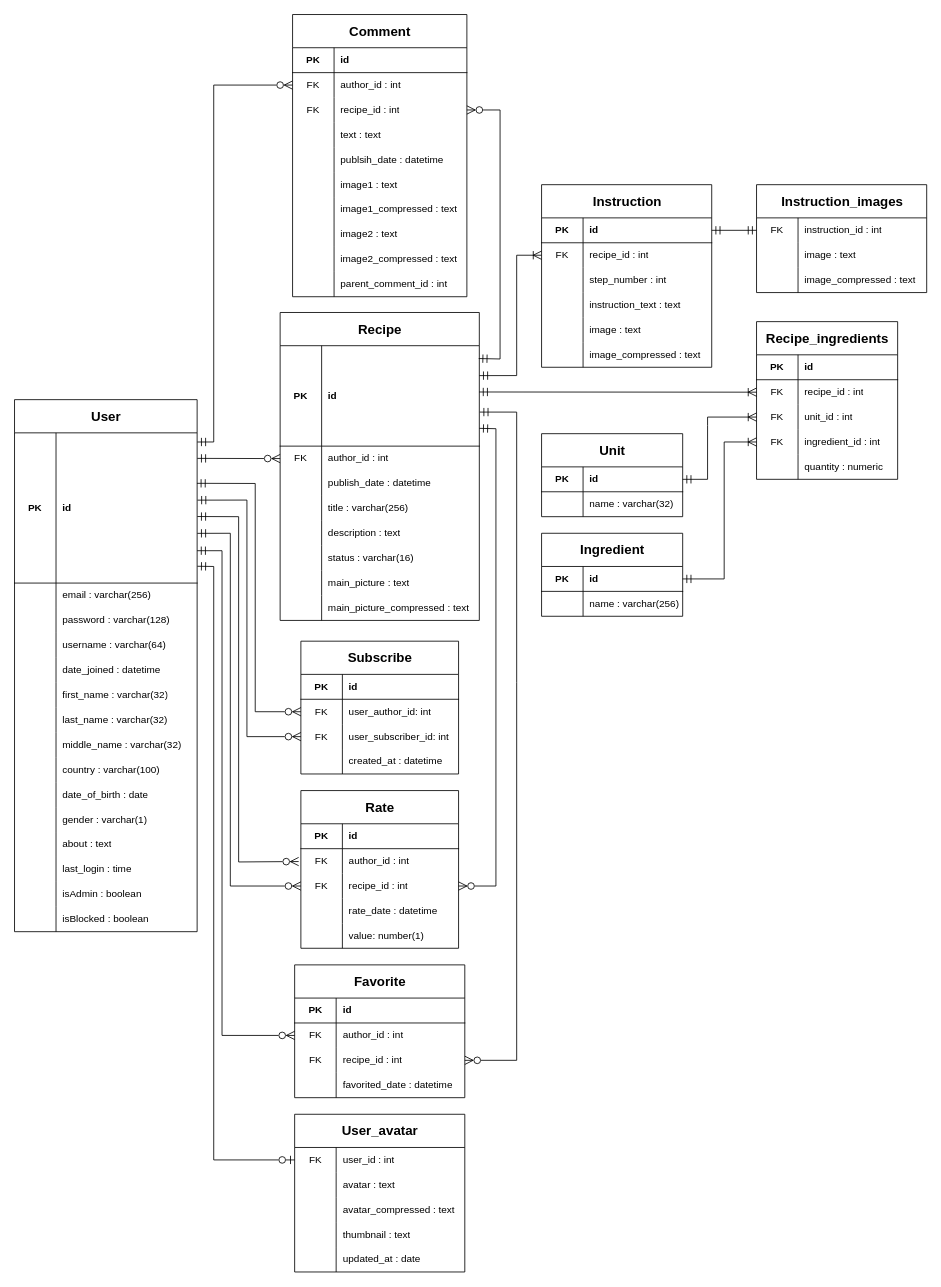
Above: docs/ER-diagram/ER-diagram — Web Gastronomy.drawio in BullDigga/web-gastronomy (draw.io), before the change. Source tidied: cells renumbered, new cells numbered last; positions are measured from the earlier drawing's top-left corner, leaving out a move shared by most shapes. Both pictures are drawn from the tidied source at 83%, with x=0, y=0 at pixel (14, 14).
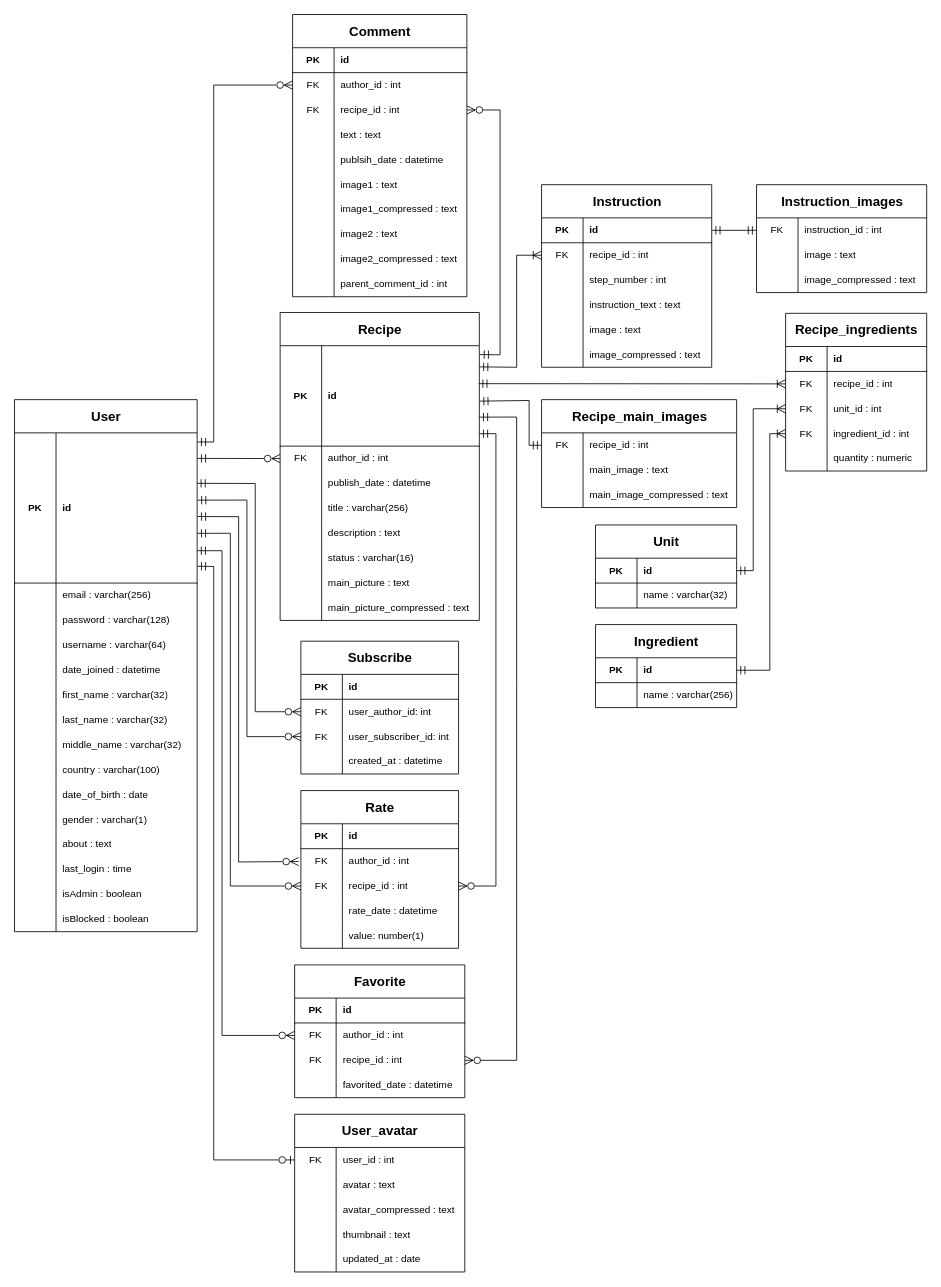
Above is the later version.

Unchanged cells that the change refers to:
```xml
<mxCell id="49" style="shape=tableRow;horizontal=0;startSize=0;swimlaneHead=0;swimlaneBody=0;fillColor=none;points=[[0,0.5],[1,0.5]];portConstraint=eastwest;top=0;left=0;right=0;bottom=1;" parent="48" vertex="1">
  <mxGeometry y="40" width="240" height="121" as="geometry" />
</mxCell>
<mxCell id="80" style="shape=tableRow;horizontal=0;startSize=0;swimlaneHead=0;swimlaneBody=0;fillColor=none;points=[[0,0.5],[1,0.5]];portConstraint=eastwest;top=0;left=0;right=0;bottom=0;" parent="73" vertex="1">
  <mxGeometry y="100" width="210" height="30" as="geometry" />
</mxCell>
<mxCell id="111" style="shape=tableRow;horizontal=0;startSize=0;swimlaneHead=0;swimlaneBody=0;fillColor=none;points=[[0,0.5],[1,0.5]];portConstraint=eastwest;top=0;left=0;right=0;bottom=0;" parent="104" vertex="1">
  <mxGeometry y="100" width="190" height="30" as="geometry" />
</mxCell>
<mxCell id="124" style="shape=tableRow;horizontal=0;startSize=0;swimlaneHead=0;swimlaneBody=0;fillColor=none;points=[[0,0.5],[1,0.5]];portConstraint=eastwest;top=0;left=0;right=0;bottom=1;" parent="123" vertex="1">
  <mxGeometry y="40" width="170" height="30" as="geometry" />
</mxCell>
<mxCell id="131" style="shape=tableRow;horizontal=0;startSize=0;swimlaneHead=0;swimlaneBody=0;fillColor=none;points=[[0,0.5],[1,0.5]];portConstraint=eastwest;top=0;left=0;right=0;bottom=1;" parent="130" vertex="1">
  <mxGeometry y="40" width="170" height="30" as="geometry" />
</mxCell>
<mxCell id="141" style="shape=tableRow;horizontal=0;startSize=0;swimlaneHead=0;swimlaneBody=0;fillColor=none;points=[[0,0.5],[1,0.5]];portConstraint=eastwest;top=0;left=0;right=0;bottom=0;" parent="137" vertex="1">
  <mxGeometry y="70" width="170" height="30" as="geometry" />
</mxCell>
<mxCell id="144" style="shape=tableRow;horizontal=0;startSize=0;swimlaneHead=0;swimlaneBody=0;fillColor=none;points=[[0,0.5],[1,0.5]];portConstraint=eastwest;top=0;left=0;right=0;bottom=0;" parent="137" vertex="1">
  <mxGeometry y="100" width="170" height="30" as="geometry" />
</mxCell>
<mxCell id="147" style="shape=tableRow;horizontal=0;startSize=0;swimlaneHead=0;swimlaneBody=0;fillColor=none;points=[[0,0.5],[1,0.5]];portConstraint=eastwest;top=0;left=0;right=0;bottom=0;" parent="137" vertex="1">
  <mxGeometry y="130" width="170" height="30" as="geometry" />
</mxCell>
<mxCell id="157" style="shape=tableRow;horizontal=0;startSize=0;swimlaneHead=0;swimlaneBody=0;fillColor=none;points=[[0,0.5],[1,0.5]];portConstraint=eastwest;top=0;left=0;right=0;bottom=0;" parent="153" vertex="1">
  <mxGeometry y="70" width="205" height="30" as="geometry" />
</mxCell>
<mxCell id="183" style="shape=tableRow;horizontal=0;startSize=0;swimlaneHead=0;swimlaneBody=0;fillColor=none;points=[[0,0.5],[1,0.5]];portConstraint=eastwest;top=0;left=0;right=0;bottom=0;" parent="176" vertex="1">
  <mxGeometry y="100" width="205" height="30" as="geometry" />
</mxCell>
```

The edit, as a diff of the source:
```diff
@@
-    <mxCell id="120" style="endArrow=ERmandOne;startArrow=ERzeroToMany;endFill=0;startFill=0;html=1;verticalAlign=bottom;labelBackgroundColor=none;strokeWidth=1;startSize=8;endSize=8;rounded=0;exitX=1;exitY=0.5;exitDx=0;exitDy=0;entryX=1;entryY=0.823;entryDx=0;entryDy=0;entryPerimeter=0;" parent="1" edge="1" source="111" target="49">
+    <mxCell id="120" style="endArrow=ERmandOne;startArrow=ERzeroToMany;endFill=0;startFill=0;html=1;verticalAlign=bottom;labelBackgroundColor=none;strokeWidth=1;startSize=8;endSize=8;rounded=0;exitX=1;exitY=0.5;exitDx=0;exitDy=0;entryX=1;entryY=0.876;entryDx=0;entryDy=0;entryPerimeter=0;" parent="1" edge="1" source="111" target="49">
       <mxGeometry relative="1" as="geometry">
         <Array as="points">
           <mxPoint x="580" y="1050" />
-          <mxPoint x="580" y="499" />
+          <mxPoint x="580" y="505" />
         </Array>
       </mxGeometry>
     </mxCell>
-    <mxCell id="121" style="endArrow=ERmandOne;startArrow=ERzeroToMany;endFill=0;startFill=0;html=1;verticalAlign=bottom;labelBackgroundColor=none;strokeWidth=1;startSize=8;endSize=8;rounded=0;exitX=1;exitY=0.5;exitDx=0;exitDy=0;entryX=1.002;entryY=0.661;entryDx=0;entryDy=0;entryPerimeter=0;" parent="1" edge="1" source="183" target="49">
+    <mxCell id="121" style="endArrow=ERmandOne;startArrow=ERzeroToMany;endFill=0;startFill=0;html=1;verticalAlign=bottom;labelBackgroundColor=none;strokeWidth=1;startSize=8;endSize=8;rounded=0;exitX=1;exitY=0.5;exitDx=0;exitDy=0;entryX=1;entryY=0.711;entryDx=0;entryDy=0;entryPerimeter=0;" parent="1" edge="1" source="183" target="49">
       <mxGeometry relative="1" as="geometry">
         <Array as="points">
           <mxPoint x="605" y="1260" />
           <mxPoint x="605" y="805" />
-          <mxPoint x="605" y="479" />
+          <mxPoint x="605" y="485" />
         </Array>
       </mxGeometry>
     </mxCell>
-    <mxCell id="122" style="endArrow=ERmandOne;startArrow=ERzeroToMany;endFill=0;startFill=0;html=1;verticalAlign=bottom;labelBackgroundColor=none;strokeWidth=1;startSize=8;endSize=8;rounded=0;exitX=1;exitY=0.5;exitDx=0;exitDy=0;entryX=0.997;entryY=0.128;entryDx=0;entryDy=0;entryPerimeter=0;" parent="1" edge="1" source="80" target="49">
+    <mxCell id="122" style="endArrow=ERmandOne;startArrow=ERzeroToMany;endFill=0;startFill=0;html=1;verticalAlign=bottom;labelBackgroundColor=none;strokeWidth=1;startSize=8;endSize=8;rounded=0;exitX=1;exitY=0.5;exitDx=0;exitDy=0;entryX=1.004;entryY=0.088;entryDx=0;entryDy=0;entryPerimeter=0;" parent="1" edge="1" source="80" target="49">
       <mxGeometry relative="1" as="geometry">
         <Array as="points">
           <mxPoint x="585" y="115" />
-          <mxPoint x="585" y="415" />
+          <mxPoint x="585" y="410" />
         </Array>
       </mxGeometry>
     </mxCell>
     <mxCell id="123" value="Ingredient" style="shape=table;startSize=40;childLayout=tableLayout;rowLines=0;fontStyle=1;align=center;html=1;fontSize=16;" parent="1" vertex="1">
-      <mxGeometry x="635" y="625" width="170" height="100" as="geometry" />
+      <mxGeometry x="700" y="735" width="170" height="100" as="geometry" />
     </mxCell>
@@
     <mxCell id="130" value="Unit" style="shape=table;startSize=40;childLayout=tableLayout;rowLines=0;fontStyle=1;align=center;html=1;fontSize=16;" parent="1" vertex="1">
-      <mxGeometry x="635" y="505" width="170" height="100" as="geometry" />
+      <mxGeometry x="700" y="615" width="170" height="100" as="geometry" />
     </mxCell>
@@
     <mxCell id="137" value="Recipe_ingredients" style="shape=table;startSize=40;childLayout=tableLayout;rowLines=0;fontStyle=1;align=center;html=1;fontSize=16;" parent="1" vertex="1">
-      <mxGeometry x="894" y="370" width="170" height="190" as="geometry" />
+      <mxGeometry x="929" y="360" width="170" height="190" as="geometry" />
     </mxCell>
@@
-    <mxCell id="172" style="endArrow=ERmandOne;startArrow=ERoneToMany;endFill=0;startFill=0;html=1;verticalAlign=bottom;labelBackgroundColor=none;strokeWidth=1;startSize=8;endSize=8;rounded=0;exitX=0;exitY=0.5;exitDx=0;exitDy=0;entryX=0.999;entryY=0.461;entryDx=0;entryDy=0;entryPerimeter=0;" parent="1" edge="1" source="141" target="49">
+    <mxCell id="172" style="endArrow=ERmandOne;startArrow=ERoneToMany;endFill=0;startFill=0;html=1;verticalAlign=bottom;labelBackgroundColor=none;strokeWidth=1;startSize=8;endSize=8;rounded=0;exitX=0;exitY=0.5;exitDx=0;exitDy=0;entryX=0.997;entryY=0.378;entryDx=0;entryDy=0;entryPerimeter=0;" parent="1" edge="1" source="141" target="49">
       <mxGeometry relative="1" as="geometry" />
     </mxCell>
     <mxCell id="173" style="endArrow=ERmandOne;startArrow=ERoneToMany;endFill=0;startFill=0;html=1;verticalAlign=bottom;labelBackgroundColor=none;strokeWidth=1;startSize=8;endSize=8;rounded=0;exitX=0;exitY=0.5;exitDx=0;exitDy=0;entryX=1;entryY=0.5;entryDx=0;entryDy=0;" parent="1" edge="1" source="144" target="131">
       <mxGeometry relative="1" as="geometry">
         <Array as="points">
-          <mxPoint x="835" y="485" />
-          <mxPoint x="835" y="495" />
-          <mxPoint x="835" y="560" />
+          <mxPoint x="890" y="475" />
+          <mxPoint x="890" y="670" />
         </Array>
       </mxGeometry>
     </mxCell>
     <mxCell id="174" style="endArrow=ERmandOne;startArrow=ERoneToMany;endFill=0;startFill=0;html=1;verticalAlign=bottom;labelBackgroundColor=none;strokeWidth=1;startSize=8;endSize=8;rounded=0;exitX=0;exitY=0.5;exitDx=0;exitDy=0;entryX=1;entryY=0.5;entryDx=0;entryDy=0;" parent="1" edge="1" source="147" target="124">
       <mxGeometry relative="1" as="geometry">
         <Array as="points">
-          <mxPoint x="855" y="515" />
-          <mxPoint x="855" y="680" />
+          <mxPoint x="910" y="505" />
+          <mxPoint x="910" y="790" />
         </Array>
       </mxGeometry>
     </mxCell>
-    <mxCell id="175" style="endArrow=ERmandOne;startArrow=ERoneToMany;endFill=0;startFill=0;html=1;verticalAlign=bottom;labelBackgroundColor=none;strokeWidth=1;startSize=8;endSize=8;rounded=0;exitX=0;exitY=0.5;exitDx=0;exitDy=0;entryX=1;entryY=0.298;entryDx=0;entryDy=0;entryPerimeter=0;" parent="1" edge="1" source="157" target="49">
+    <mxCell id="175" style="endArrow=ERmandOne;startArrow=ERoneToMany;endFill=0;startFill=0;html=1;verticalAlign=bottom;labelBackgroundColor=none;strokeWidth=1;startSize=8;endSize=8;rounded=0;exitX=0;exitY=0.5;exitDx=0;exitDy=0;entryX=1.001;entryY=0.211;entryDx=0;entryDy=0;entryPerimeter=0;" parent="1" edge="1" source="157" target="49">
       <mxGeometry relative="1" as="geometry">
         <Array as="points">
           <mxPoint x="605" y="290" />
-          <mxPoint x="605" y="435" />
+          <mxPoint x="605" y="425" />
         </Array>
       </mxGeometry>
     </mxCell>
@@
+    <mxCell id="237" value="Recipe_main_images" style="shape=table;startSize=40;childLayout=tableLayout;rowLines=0;fontStyle=1;align=center;html=1;fontSize=16;" parent="1" vertex="1">
+      <mxGeometry x="635" y="464" width="235" height="130" as="geometry" />
+    </mxCell>
+    <mxCell id="238" style="shape=tableRow;horizontal=0;startSize=0;swimlaneHead=0;swimlaneBody=0;fillColor=none;points=[[0,0.5],[1,0.5]];portConstraint=eastwest;top=0;left=0;right=0;bottom=0;" parent="237" vertex="1">
+      <mxGeometry y="40" width="235" height="30" as="geometry" />
+    </mxCell>
+    <mxCell id="239" value="FK" style="shape=partialRectangle;fillColor=none;top=0;left=0;bottom=0;right=0;overflow=hidden;whiteSpace=wrap;html=1;" parent="238" vertex="1">
+      <mxGeometry width="50" height="30" as="geometry" />
+    </mxCell>
+    <mxCell id="240" value="recipe_id : int" style="shape=partialRectangle;fillColor=none;top=0;left=0;bottom=0;right=0;align=left;spacingLeft=6;overflow=hidden;whiteSpace=wrap;html=1;" parent="238" vertex="1">
+      <mxGeometry x="50" width="185" height="30" as="geometry" />
+    </mxCell>
+    <mxCell id="241" style="shape=tableRow;horizontal=0;startSize=0;swimlaneHead=0;swimlaneBody=0;fillColor=none;top=0;left=0;right=0;bottom=0;" parent="237" vertex="1">
+      <mxGeometry y="70" width="235" height="30" as="geometry" />
+    </mxCell>
+    <mxCell id="242" style="shape=partialRectangle;fillColor=none;top=0;left=0;bottom=0;right=0;overflow=hidden;whiteSpace=wrap;html=1;" parent="241" vertex="1">
+      <mxGeometry width="50" height="30" as="geometry" />
+    </mxCell>
+    <mxCell id="243" value="main_image : text" style="shape=partialRectangle;fillColor=none;top=0;left=0;bottom=0;right=0;align=left;spacingLeft=6;overflow=hidden;whiteSpace=wrap;html=1;" parent="241" vertex="1">
+      <mxGeometry x="50" width="185" height="30" as="geometry" />
+    </mxCell>
+    <mxCell id="244" style="shape=tableRow;horizontal=0;startSize=0;swimlaneHead=0;swimlaneBody=0;fillColor=none;top=0;left=0;right=0;bottom=0;" parent="237" vertex="1">
+      <mxGeometry y="100" width="235" height="30" as="geometry" />
+    </mxCell>
+    <mxCell id="245" style="shape=partialRectangle;fillColor=none;top=0;left=0;bottom=0;right=0;overflow=hidden;whiteSpace=wrap;html=1;" parent="244" vertex="1">
+      <mxGeometry width="50" height="30" as="geometry" />
+    </mxCell>
+    <mxCell id="246" value="main_image_compressed : text" style="shape=partialRectangle;fillColor=none;top=0;left=0;bottom=0;right=0;align=left;spacingLeft=6;overflow=hidden;whiteSpace=wrap;html=1;" parent="244" vertex="1">
+      <mxGeometry x="50" width="185" height="30" as="geometry" />
+    </mxCell>
+    <mxCell id="247" style="endArrow=ERmandOne;startArrow=ERmandOne;endFill=0;startFill=0;html=1;verticalAlign=bottom;labelBackgroundColor=none;strokeWidth=1;startSize=8;endSize=8;rounded=0;exitX=0;exitY=0.5;exitDx=0;exitDy=0;entryX=1.002;entryY=0.552;entryDx=0;entryDy=0;entryPerimeter=0;" parent="1" edge="1" source="238" target="49">
+      <mxGeometry relative="1" as="geometry">
+        <Array as="points">
+          <mxPoint x="620" y="519" />
+          <mxPoint x="620" y="465" />
+        </Array>
+      </mxGeometry>
+    </mxCell>
```
